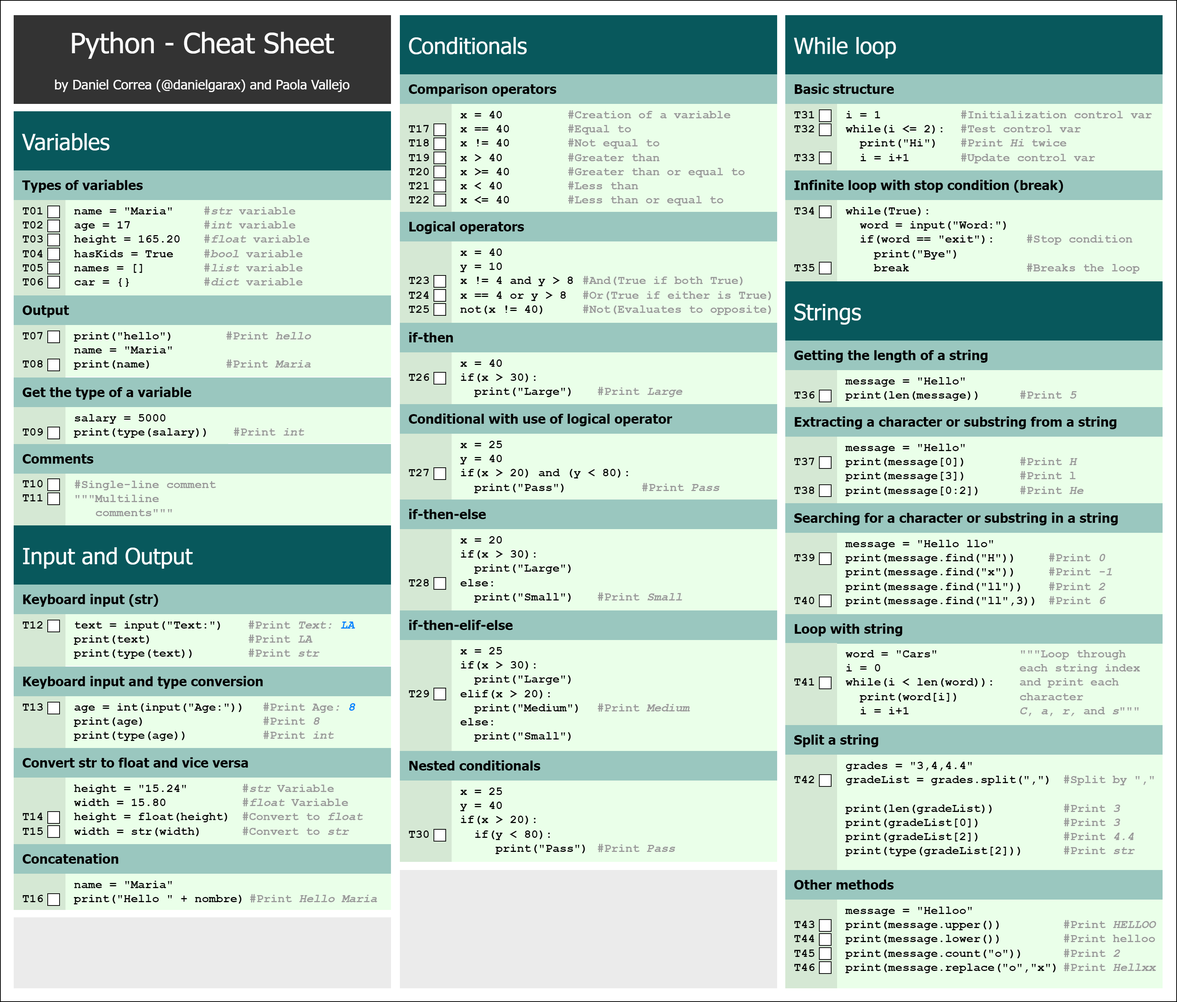
This is Cheat-Sheet-Part-1.png from PracticalBooks/Python-For-Beginners, a draw.io export, as it was before one commit. Source tidied: cells renumbered, new cells last; positions are measured from the earlier drawing's top-left corner, leaving out a move shared by most shapes.
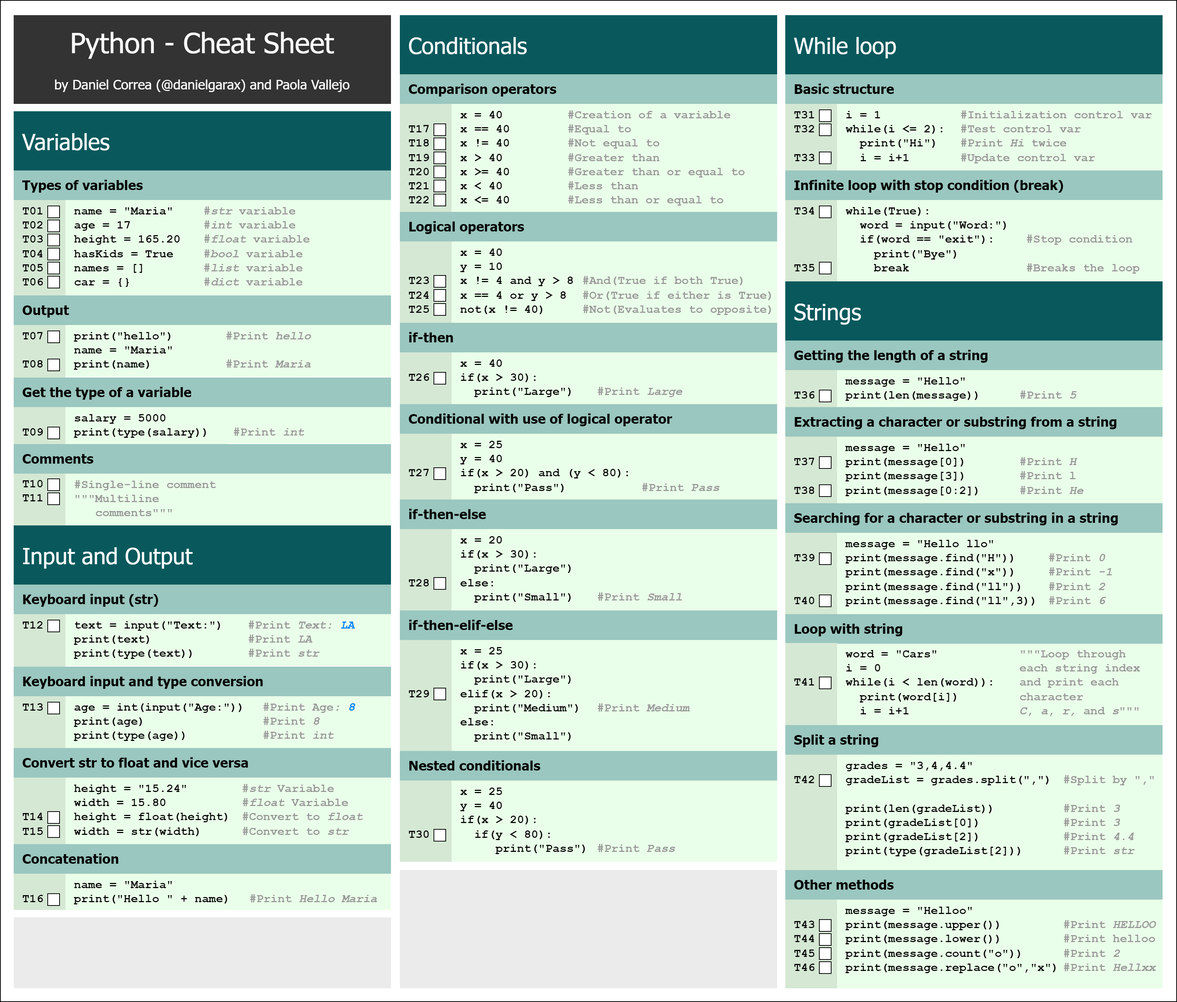
Above is the later version.

Commit message:
fix: cheat-sheet

Diff of the diagram source:
```diff
@@ -23,7 +23,7 @@
     <mxCell id="8" value="&lt;font style=&quot;font-size: 16px&quot;&gt;&lt;font color=&quot;#999999&quot; style=&quot;font-size: 16px&quot;&gt;#Print&amp;nbsp;&lt;i style=&quot;font-size: 16px&quot;&gt;hello&lt;br style=&quot;font-size: 16px&quot;&gt;&lt;/i&gt;&lt;/font&gt;&lt;br style=&quot;font-size: 16px&quot;&gt;&lt;span style=&quot;color: rgb(153 , 153 , 153) ; font-size: 16px&quot;&gt;#Print&amp;nbsp;&lt;/span&gt;&lt;i style=&quot;color: rgb(153 , 153 , 153) ; font-size: 16px&quot;&gt;Maria&lt;/i&gt;&lt;br style=&quot;font-size: 16px&quot;&gt;&lt;br style=&quot;font-size: 16px&quot;&gt;&lt;/font&gt;" style="whiteSpace=wrap;html=1;rounded=0;shadow=0;dashed=0;strokeColor=none;strokeWidth=4;fillColor=#EAFFE9;gradientColor=none;fontFamily=Courier New;fontSize=16;fontColor=#FFFFFF;align=left;spacingLeft=5;verticalAlign=top;spacingTop=0;fontStyle=1;" parent="1" vertex="1">
       <mxGeometry x="298" y="439" width="230" height="70" as="geometry" />
     </mxCell>
-    <mxCell id="9" value="&lt;font color=&quot;#000000&quot; style=&quot;font-size: 16px;&quot;&gt;name = &quot;Maria&quot;&lt;br style=&quot;font-size: 16px;&quot;&gt;print(&quot;Hello &quot; + nombre)&lt;br style=&quot;font-size: 16px;&quot;&gt;&lt;/font&gt;" style="whiteSpace=wrap;html=1;rounded=0;shadow=0;dashed=0;strokeColor=none;strokeWidth=4;fillColor=#EAFFE9;gradientColor=none;fontFamily=Courier New;fontSize=16;fontColor=#FFFFFF;align=left;spacingLeft=10;verticalAlign=top;spacingTop=0;fontStyle=1;" parent="1" vertex="1">
+    <mxCell id="9" value="&lt;font color=&quot;#000000&quot; style=&quot;font-size: 16px;&quot;&gt;name = &quot;Maria&quot;&lt;br style=&quot;font-size: 16px;&quot;&gt;print(&quot;Hello &quot; + name)&lt;br style=&quot;font-size: 16px;&quot;&gt;&lt;/font&gt;" style="whiteSpace=wrap;html=1;rounded=0;shadow=0;dashed=0;strokeColor=none;strokeWidth=4;fillColor=#EAFFE9;gradientColor=none;fontFamily=Courier New;fontSize=16;fontColor=#FFFFFF;align=left;spacingLeft=10;verticalAlign=top;spacingTop=0;fontStyle=1;" parent="1" vertex="1">
       <mxGeometry x="88" y="1181" width="250" height="49" as="geometry" />
     </mxCell>
     <mxCell id="10" value="&lt;font style=&quot;font-size: 16px&quot;&gt;&lt;br style=&quot;font-size: 16px&quot;&gt;&lt;span style=&quot;color: rgb(153 , 153 , 153) ; font-size: 16px&quot;&gt;#Print&amp;nbsp;&lt;i&gt;Hello&amp;nbsp;&lt;/i&gt;&lt;/span&gt;&lt;i style=&quot;color: rgb(153 , 153 , 153) ; font-size: 16px&quot;&gt;Maria&lt;/i&gt;&lt;br style=&quot;font-size: 16px&quot;&gt;&lt;br style=&quot;font-size: 16px&quot;&gt;&lt;/font&gt;" style="whiteSpace=wrap;html=1;rounded=0;shadow=0;dashed=0;strokeColor=none;strokeWidth=4;fillColor=#EAFFE9;gradientColor=none;fontFamily=Courier New;fontSize=16;fontColor=#FFFFFF;align=left;spacingLeft=5;verticalAlign=top;spacingTop=0;fontStyle=1;" parent="1" vertex="1">
```
